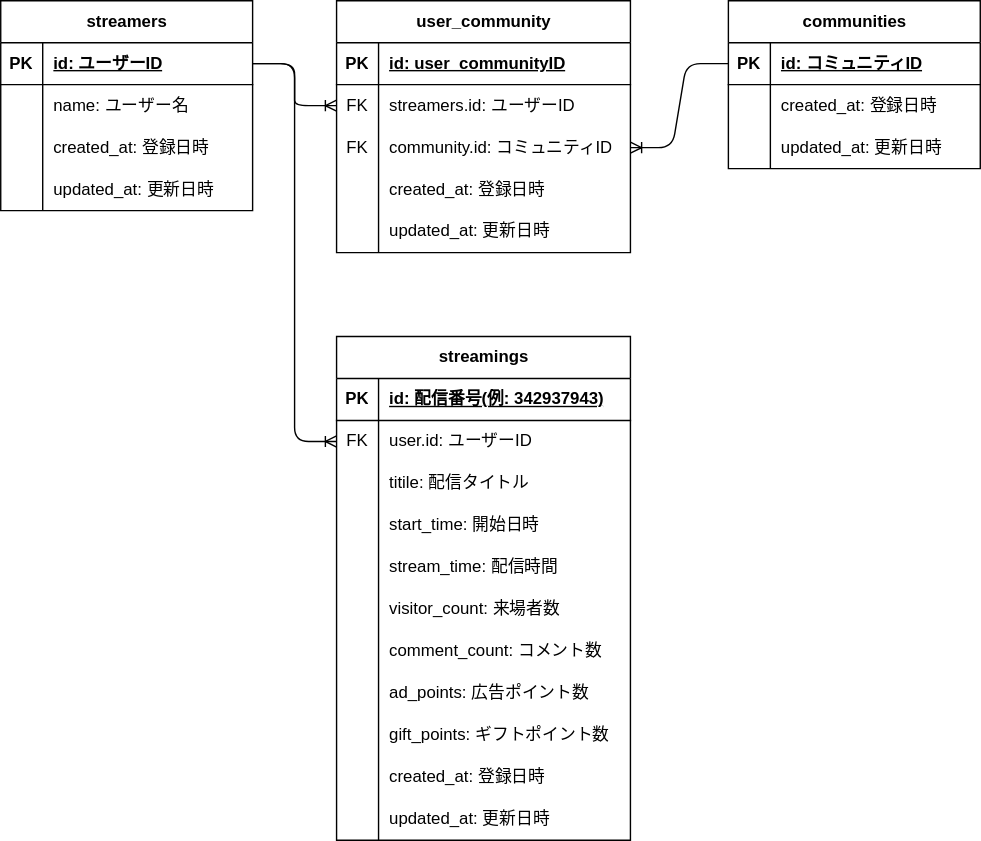
This is ER図.drawio.svg from MASA20201203/NicodbLaravel, a draw.io export, as it was before one commit. Source tidied: cells renumbered, new cells last; positions are measured from the earlier drawing's top-left corner, leaving out a move shared by most shapes.
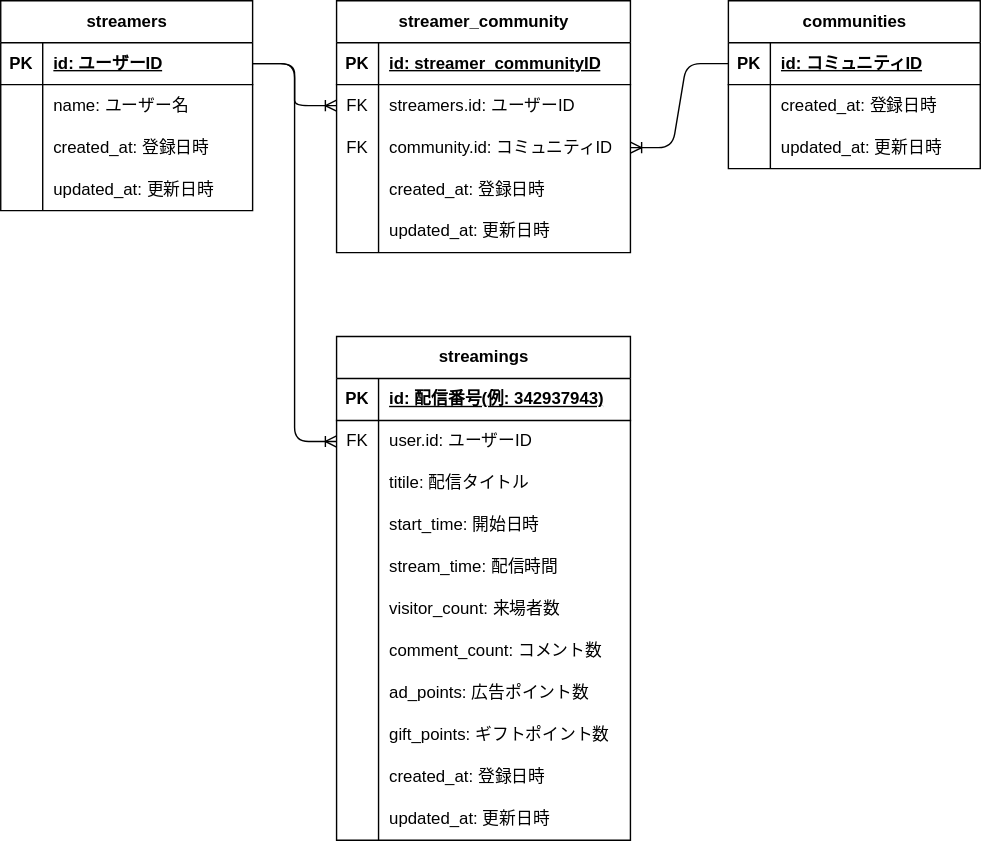
The same diagram one commit later.

Commit message:
rename: 中間テーブルの名称を変更

Diff of the diagram source:
```diff
@@ -47,7 +47,7 @@
     <mxCell id="16" value="updated_at: 更新日時" style="shape=partialRectangle;fillColor=none;top=0;left=0;bottom=0;right=0;align=left;spacingLeft=6;overflow=hidden;whiteSpace=wrap;html=1;" parent="14" vertex="1">
       <mxGeometry x="30" width="150" height="30" as="geometry" />
     </mxCell>
-    <mxCell id="17" value="user_community" style="shape=table;startSize=30;rowLines=0;fontStyle=1;align=center;html=1;" parent="1" vertex="1">
+    <mxCell id="17" value="streamer_community" style="shape=table;startSize=30;rowLines=0;fontStyle=1;align=center;html=1;" parent="1" vertex="1">
       <mxGeometry x="240" width="210" height="180" as="geometry" />
     </mxCell>
     <mxCell id="18" style="shape=tableRow;horizontal=0;startSize=0;swimlaneHead=0;swimlaneBody=0;fillColor=none;top=0;left=0;right=0;bottom=1;" parent="17" vertex="1">
@@ -56,7 +56,7 @@
     <mxCell id="19" value="PK" style="shape=partialRectangle;fillColor=none;top=0;left=0;bottom=0;right=0;fontStyle=1;overflow=hidden;whiteSpace=wrap;html=1;" parent="18" vertex="1">
       <mxGeometry width="30" height="30" as="geometry" />
     </mxCell>
-    <mxCell id="20" value="id: user_communityID" style="shape=partialRectangle;fillColor=none;top=0;left=0;bottom=0;right=0;align=left;spacingLeft=6;fontStyle=5;overflow=hidden;whiteSpace=wrap;html=1;" parent="18" vertex="1">
+    <mxCell id="20" value="id: streamer_communityID" style="shape=partialRectangle;fillColor=none;top=0;left=0;bottom=0;right=0;align=left;spacingLeft=6;fontStyle=5;overflow=hidden;whiteSpace=wrap;html=1;" parent="18" vertex="1">
       <mxGeometry x="30" width="180" height="30" as="geometry" />
     </mxCell>
     <mxCell id="21" style="shape=tableRow;horizontal=0;startSize=0;swimlaneHead=0;swimlaneBody=0;fillColor=none;points=[[0,0.5],[1,0.5]];portConstraint=eastwest;top=0;left=0;right=0;bottom=0;" parent="17" vertex="1">
```
